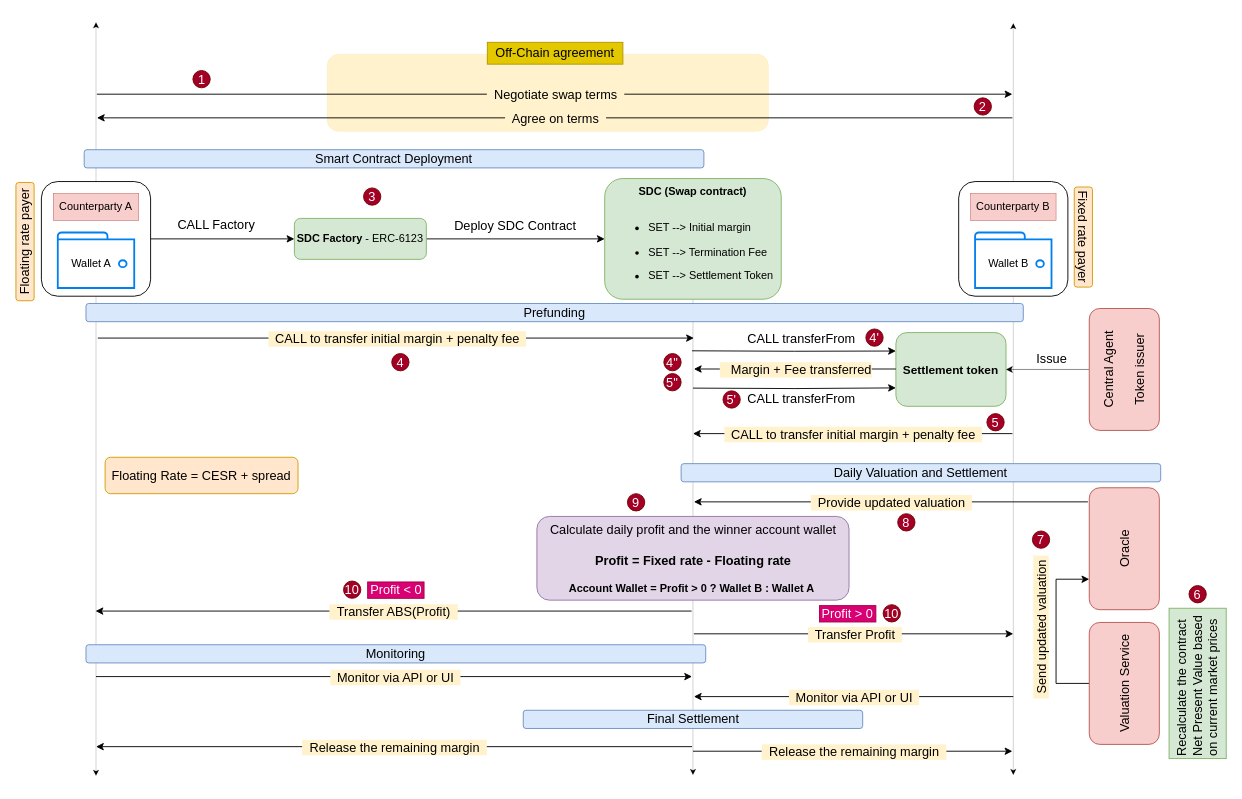
Above: page "Architecture" (2 of 5) of qualitaX.drawio in Edoumou/drawings (draw.io), before the change. Source tidied: cells renumbered, new cells numbered last; positions are measured from the earlier drawing's top-left corner, leaving out a move shared by most shapes. Both pictures are drawn from the tidied source at 91%, with x=0, y=0 at pixel (-35, 22).
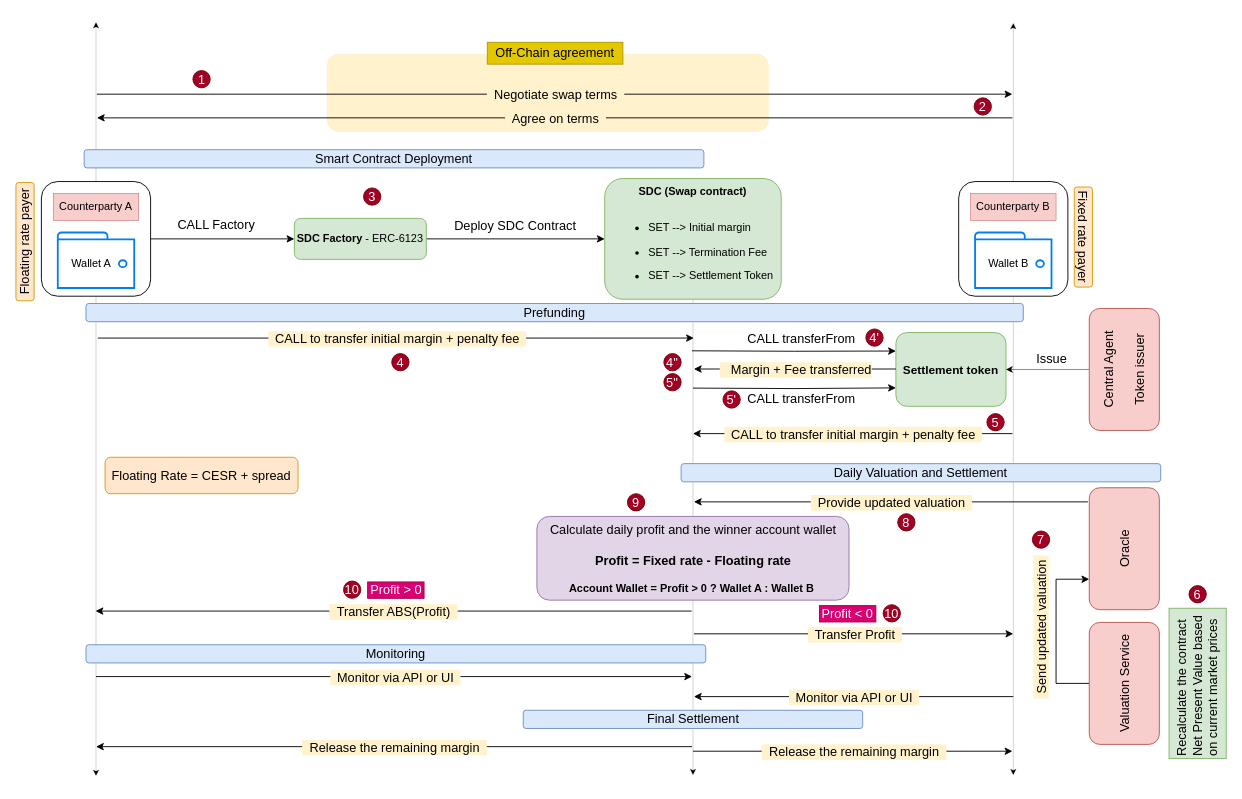
Above is the later version.

What changed in the source:
```diff
@@
-    <mxCell id="52" value="&lt;font style=&quot;font-size: 14px;&quot;&gt;Calculate daily profit and the winner account wallet&lt;/font&gt;&lt;div&gt;&lt;font style=&quot;font-size: 14px;&quot;&gt;&lt;br&gt;&lt;/font&gt;&lt;/div&gt;&lt;div&gt;&lt;font style=&quot;font-size: 14px;&quot;&gt;&lt;b&gt;Profit = Fixed rate - Floating rate&lt;/b&gt;&lt;/font&gt;&lt;/div&gt;&lt;div&gt;&lt;br&gt;&lt;/div&gt;&lt;div&gt;&lt;b&gt;Account Wallet = Profit &amp;gt; 0 ? Wallet B : Wallet A&lt;/b&gt;&amp;nbsp;&lt;/div&gt;" style="rounded=1;whiteSpace=wrap;html=1;fillColor=#e1d5e7;strokeColor=#9673a6;" parent="1" vertex="1">
+    <mxCell id="52" value="&lt;font style=&quot;font-size: 14px;&quot;&gt;Calculate daily profit and the winner account wallet&lt;/font&gt;&lt;div&gt;&lt;font style=&quot;font-size: 14px;&quot;&gt;&lt;br&gt;&lt;/font&gt;&lt;/div&gt;&lt;div&gt;&lt;font style=&quot;font-size: 14px;&quot;&gt;&lt;b&gt;Profit = Fixed rate - Floating rate&lt;/b&gt;&lt;/font&gt;&lt;/div&gt;&lt;div&gt;&lt;br&gt;&lt;/div&gt;&lt;div&gt;&lt;b&gt;Account Wallet = Profit &amp;gt; 0 ? Wallet A : Wallet B&lt;/b&gt;&amp;nbsp;&lt;/div&gt;" style="rounded=1;whiteSpace=wrap;html=1;fillColor=#e1d5e7;strokeColor=#9673a6;" parent="1" vertex="1">
       <mxGeometry x="627.5" y="543" width="343" height="92" as="geometry" />
     </mxCell>
@@
-    <mxCell id="59" value="&lt;font style=&quot;font-size: 14px;&quot;&gt;Profit &amp;gt; 0&lt;/font&gt;" style="text;html=1;align=center;verticalAlign=middle;whiteSpace=wrap;rounded=0;fillColor=#d80073;strokeColor=#A50040;fontColor=#ffffff;" parent="1" vertex="1">
+    <mxCell id="59" value="&lt;font style=&quot;font-size: 14px;&quot;&gt;Profit &amp;lt; 0&lt;/font&gt;" style="text;html=1;align=center;verticalAlign=middle;whiteSpace=wrap;rounded=0;fillColor=#d80073;strokeColor=#A50040;fontColor=#ffffff;" parent="1" vertex="1">
       <mxGeometry x="938" y="641" width="62" height="18" as="geometry" />
     </mxCell>
@@
-    <mxCell id="71" value="&lt;font style=&quot;font-size: 14px;&quot;&gt;Profit &amp;lt; 0&lt;/font&gt;" style="text;html=1;align=center;verticalAlign=middle;whiteSpace=wrap;rounded=0;fillColor=#d80073;strokeColor=#A50040;fontColor=#ffffff;" parent="1" vertex="1">
+    <mxCell id="71" value="&lt;font style=&quot;font-size: 14px;&quot;&gt;Profit &amp;gt; 0&lt;/font&gt;" style="text;html=1;align=center;verticalAlign=middle;whiteSpace=wrap;rounded=0;fillColor=#d80073;strokeColor=#A50040;fontColor=#ffffff;" parent="1" vertex="1">
       <mxGeometry x="441.5" y="615" width="62" height="18" as="geometry" />
     </mxCell>
```
